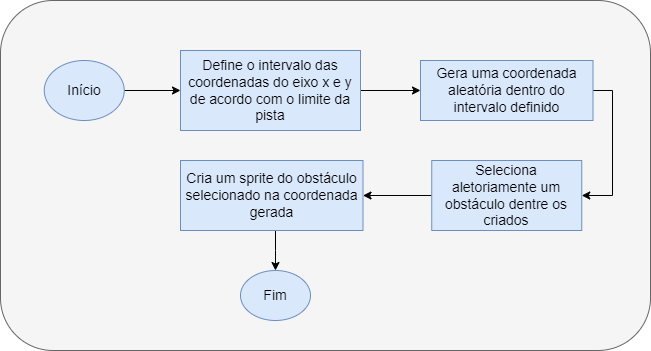
Above: Docs/Imagens/diagrama_move_obs.png in DestinyWolf/Car_Race_CoLenda (draw.io), before the change. Source tidied: cells renumbered, new cells last; positions are measured from the earlier drawing's top-left corner, leaving out a move shared by most shapes. Its diagram source:
```xml
<mxGraphModel>
  <root>
    <mxCell id="0" />
    <mxCell id="1" parent="0" />
    <mxCell id="2" style="rounded=1;whiteSpace=wrap;html=1;fillColor=#F5F5F5;fontColor=#333333;strokeColor=#666666;" parent="1" vertex="1">
      <mxGeometry width="650" height="350" as="geometry" />
    </mxCell>
    <mxCell id="3" style="edgeStyle=orthogonalEdgeStyle;rounded=0;jettySize=auto;html=1;" parent="1" edge="1" source="4" target="8">
      <mxGeometry relative="1" as="geometry" />
    </mxCell>
    <mxCell id="4" value="Define o intervalo das coordenadas do eixo x e y de acordo com o limite da pista" style="whiteSpace=wrap;html=1;fillColor=#dae8fc;strokeColor=#6c8ebf;fontSize=14;" parent="1" vertex="1">
      <mxGeometry x="180" y="50" width="180" height="80" as="geometry" />
    </mxCell>
    <mxCell id="5" style="edgeStyle=orthogonalEdgeStyle;rounded=0;jettySize=auto;html=1;" parent="1" edge="1" source="6" target="4">
      <mxGeometry relative="1" as="geometry" />
    </mxCell>
    <mxCell id="6" value="Início" style="ellipse;whiteSpace=wrap;html=1;fillColor=#dae8fc;strokeColor=#6c8ebf;fontSize=14;" parent="1" vertex="1">
      <mxGeometry x="43.8" y="60" width="80" height="60" as="geometry" />
    </mxCell>
    <mxCell id="7" style="edgeStyle=orthogonalEdgeStyle;rounded=0;jettySize=auto;html=1;entryX=1;entryY=0.5;entryDx=0;entryDy=0;" parent="1" edge="1" source="8" target="10">
      <mxGeometry relative="1" as="geometry">
        <Array as="points">
          <mxPoint x="612" y="90" />
          <mxPoint x="612" y="195" />
        </Array>
      </mxGeometry>
    </mxCell>
    <mxCell id="8" value="Gera uma coordenada aleatória dentro do intervalo definido" style="rounded=0;whiteSpace=wrap;html=1;fillColor=#dae8fc;strokeColor=#6c8ebf;fontSize=14;" parent="1" vertex="1">
      <mxGeometry x="420" y="60" width="172.5" height="60" as="geometry" />
    </mxCell>
    <mxCell id="9" style="edgeStyle=orthogonalEdgeStyle;rounded=0;jettySize=auto;html=1;" parent="1" edge="1" source="10" target="12">
      <mxGeometry relative="1" as="geometry" />
    </mxCell>
    <mxCell id="10" value="Seleciona aletoriamente um obstáculo dentre os criados" style="rounded=0;whiteSpace=wrap;html=1;fillColor=#dae8fc;strokeColor=#6c8ebf;fontSize=14;" parent="1" vertex="1">
      <mxGeometry x="431.2" y="160" width="150" height="70" as="geometry" />
    </mxCell>
    <mxCell id="11" style="edgeStyle=orthogonalEdgeStyle;rounded=0;jettySize=auto;html=1;" parent="1" edge="1" source="12" target="13">
      <mxGeometry relative="1" as="geometry">
        <Array as="points">
          <mxPoint x="275" y="250" />
          <mxPoint x="275" y="250" />
        </Array>
      </mxGeometry>
    </mxCell>
    <mxCell id="12" value="Cria um sprite do obstáculo selecionado na coordenada gerada" style="rounded=0;whiteSpace=wrap;html=1;fillColor=#dae8fc;strokeColor=#6c8ebf;fontSize=14;" parent="1" vertex="1">
      <mxGeometry x="180" y="160" width="182.5" height="70" as="geometry" />
    </mxCell>
    <mxCell id="13" value="Fim" style="ellipse;whiteSpace=wrap;html=1;fillColor=#dae8fc;strokeColor=#6c8ebf;fontSize=14;" parent="1" vertex="1">
      <mxGeometry x="240" y="270" width="70" height="50" as="geometry" />
    </mxCell>
  </root>
</mxGraphModel>
```
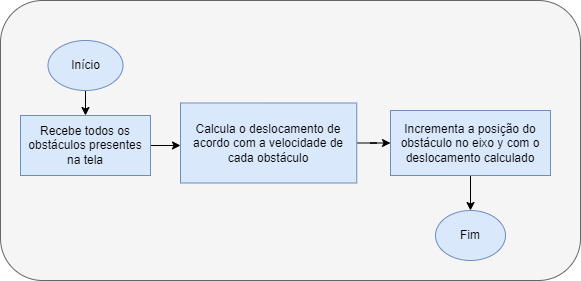
Later version of the same file.

Diff of the diagram source:
```diff
@@ -2,51 +2,39 @@
   <root>
     <mxCell id="0" />
     <mxCell id="1" parent="0" />
-    <mxCell id="2" style="rounded=1;whiteSpace=wrap;html=1;fillColor=#F5F5F5;fontColor=#333333;strokeColor=#666666;" parent="1" vertex="1">
-      <mxGeometry width="650" height="350" as="geometry" />
+    <mxCell id="2" style="rounded=1;whiteSpace=wrap;html=1;fillColor=#f5f5f5;fontColor=#333333;strokeColor=#666666;" parent="1" vertex="1">
+      <mxGeometry x="130" y="-40" width="580" height="280" as="geometry" />
     </mxCell>
-    <mxCell id="3" style="edgeStyle=orthogonalEdgeStyle;rounded=0;jettySize=auto;html=1;" parent="1" edge="1" source="4" target="8">
+    <mxCell id="3" style="edgeStyle=orthogonalEdgeStyle;rounded=0;jettySize=auto;html=1;" parent="1" edge="1" source="4" target="10">
       <mxGeometry relative="1" as="geometry" />
     </mxCell>
-    <mxCell id="4" value="Define o intervalo das coordenadas do eixo x e y de acordo com o limite da pista" style="whiteSpace=wrap;html=1;fillColor=#dae8fc;strokeColor=#6c8ebf;fontSize=14;" parent="1" vertex="1">
-      <mxGeometry x="180" y="50" width="180" height="80" as="geometry" />
+    <mxCell id="4" value="Calcula o deslocamento de acordo com a velocidade de cada obstáculo" style="rounded=0;whiteSpace=wrap;html=1;fillColor=#dae8fc;strokeColor=#6c8ebf;" parent="1" vertex="1">
+      <mxGeometry x="310" y="62.5" width="176.2" height="80" as="geometry" />
     </mxCell>
-    <mxCell id="5" style="edgeStyle=orthogonalEdgeStyle;rounded=0;jettySize=auto;html=1;" parent="1" edge="1" source="6" target="4">
+    <mxCell id="5" style="edgeStyle=orthogonalEdgeStyle;rounded=0;jettySize=auto;html=1;" parent="1" edge="1" source="6" target="8">
       <mxGeometry relative="1" as="geometry" />
     </mxCell>
-    <mxCell id="6" value="Início" style="ellipse;whiteSpace=wrap;html=1;fillColor=#dae8fc;strokeColor=#6c8ebf;fontSize=14;" parent="1" vertex="1">
-      <mxGeometry x="43.8" y="60" width="80" height="60" as="geometry" />
+    <mxCell id="6" value="Início" style="ellipse;whiteSpace=wrap;html=1;fillColor=#dae8fc;strokeColor=#6c8ebf;" parent="1" vertex="1">
+      <mxGeometry x="177.5" width="75" height="50" as="geometry" />
     </mxCell>
-    <mxCell id="7" style="edgeStyle=orthogonalEdgeStyle;rounded=0;jettySize=auto;html=1;entryX=1;entryY=0.5;entryDx=0;entryDy=0;" parent="1" edge="1" source="8" target="10">
+    <mxCell id="7" style="edgeStyle=orthogonalEdgeStyle;rounded=0;jettySize=auto;html=1;" parent="1" edge="1" source="8" target="4">
       <mxGeometry relative="1" as="geometry">
         <Array as="points">
-          <mxPoint x="612" y="90" />
-          <mxPoint x="612" y="195" />
+          <mxPoint x="220" y="110" />
         </Array>
       </mxGeometry>
     </mxCell>
-    <mxCell id="8" value="Gera uma coordenada aleatória dentro do intervalo definido" style="rounded=0;whiteSpace=wrap;html=1;fillColor=#dae8fc;strokeColor=#6c8ebf;fontSize=14;" parent="1" vertex="1">
-      <mxGeometry x="420" y="60" width="172.5" height="60" as="geometry" />
+    <mxCell id="8" value="Recebe todos os obstáculos presentes na tela" style="rounded=0;whiteSpace=wrap;html=1;fillColor=#dae8fc;strokeColor=#6c8ebf;" parent="1" vertex="1">
+      <mxGeometry x="150" y="75" width="130" height="60" as="geometry" />
     </mxCell>
-    <mxCell id="9" style="edgeStyle=orthogonalEdgeStyle;rounded=0;jettySize=auto;html=1;" parent="1" edge="1" source="10" target="12">
+    <mxCell id="9" style="edgeStyle=orthogonalEdgeStyle;rounded=0;jettySize=auto;html=1;" parent="1" edge="1" source="10" target="11">
       <mxGeometry relative="1" as="geometry" />
     </mxCell>
-    <mxCell id="10" value="Seleciona aletoriamente um obstáculo dentre os criados" style="rounded=0;whiteSpace=wrap;html=1;fillColor=#dae8fc;strokeColor=#6c8ebf;fontSize=14;" parent="1" vertex="1">
-      <mxGeometry x="431.2" y="160" width="150" height="70" as="geometry" />
+    <mxCell id="10" value="Incrementa a posição do obstáculo no eixo y com o deslocamento calculado" style="rounded=0;whiteSpace=wrap;html=1;fillColor=#dae8fc;strokeColor=#6c8ebf;" parent="1" vertex="1">
+      <mxGeometry x="520" y="70" width="160" height="65" as="geometry" />
     </mxCell>
-    <mxCell id="11" style="edgeStyle=orthogonalEdgeStyle;rounded=0;jettySize=auto;html=1;" parent="1" edge="1" source="12" target="13">
-      <mxGeometry relative="1" as="geometry">
-        <Array as="points">
-          <mxPoint x="275" y="250" />
-          <mxPoint x="275" y="250" />
-        </Array>
-      </mxGeometry>
+    <mxCell id="11" value="Fim" style="ellipse;whiteSpace=wrap;html=1;fillColor=#dae8fc;strokeColor=#6c8ebf;" parent="1" vertex="1">
+      <mxGeometry x="565" y="170" width="70" height="50" as="geometry" />
     </mxCell>
-    <mxCell id="12" value="Cria um sprite do obstáculo selecionado na coordenada gerada" style="rounded=0;whiteSpace=wrap;html=1;fillColor=#dae8fc;strokeColor=#6c8ebf;fontSize=14;" parent="1" vertex="1">
-      <mxGeometry x="180" y="160" width="182.5" height="70" as="geometry" />
-    </mxCell>
-    <mxCell id="13" value="Fim" style="ellipse;whiteSpace=wrap;html=1;fillColor=#dae8fc;strokeColor=#6c8ebf;fontSize=14;" parent="1" vertex="1">
-      <mxGeometry x="240" y="270" width="70" height="50" as="geometry" />
-    </mxCell>
   </root>
 </mxGraphModel>
```
